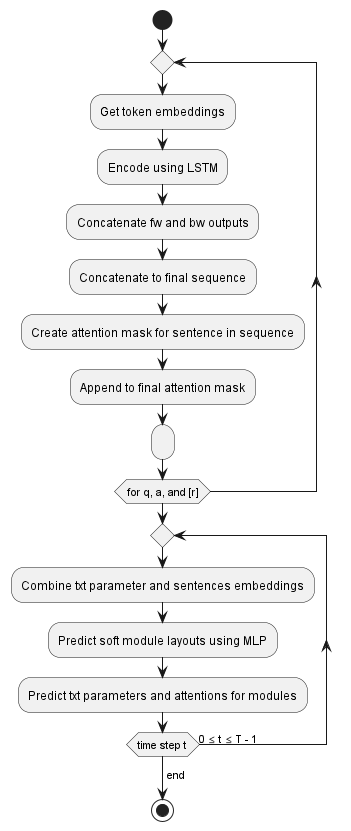
Above: writeup/content/chapters/methodology/model_adaptation/figures/controller-layout-vcr-snmn.png in zachary-cauchi/dissertation (PlantUML), before the change.
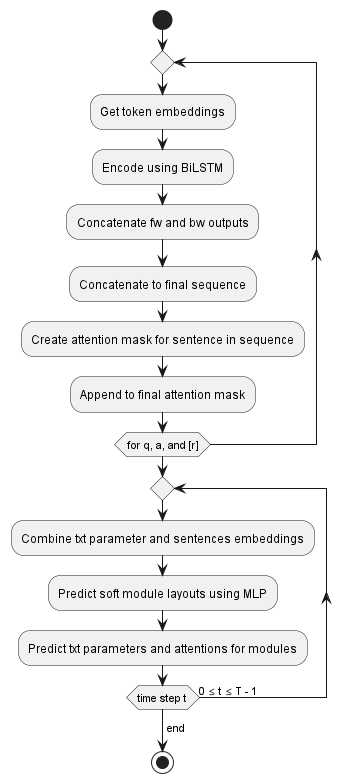
After the change.

The edit, as a diff of the source:
```diff
@@ -2,12 +2,11 @@
 start
 repeat
   :Get token embeddings;
-  :Encode using LSTM;
+  :Encode using BiLSTM;
   :Concatenate fw and bw outputs;
   :Concatenate to final sequence;
   :Create attention mask for sentence in sequence;
   :Append to final attention mask;
-  : ;
 repeat while (for q, a, and [r])
 repeat
   :Combine txt parameter and sentences embeddings;
```
